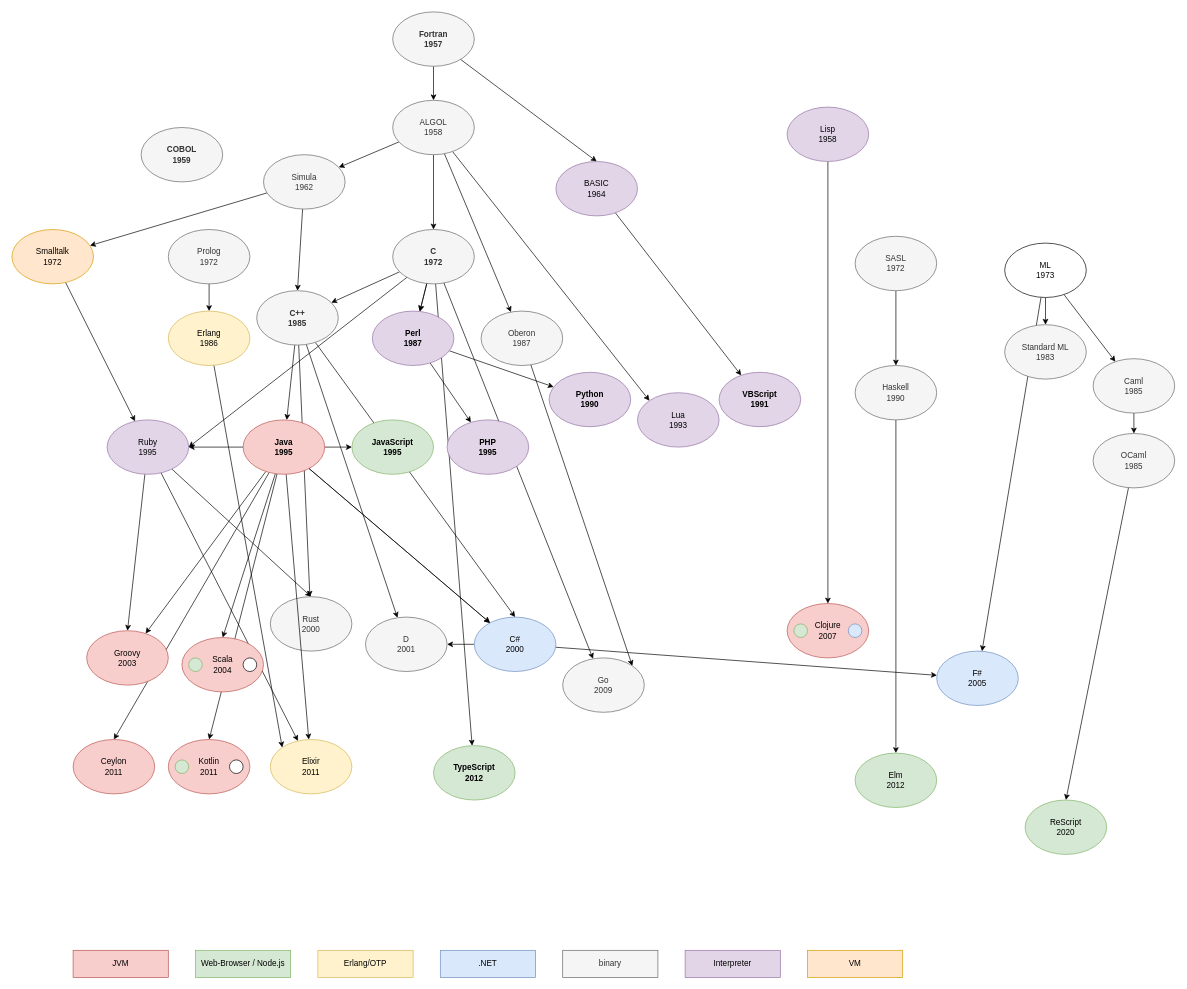
Earlier version of the draw.io diagram lang-tree.drawio (trutvo/dev-ecosystems). Source tidied: cells renumbered, new cells numbered last; positions are measured from the earlier drawing's top-left corner, leaving out a move shared by most shapes. Both pictures are drawn from the tidied source at 68%, with x=0, y=0 at pixel (12, 12).
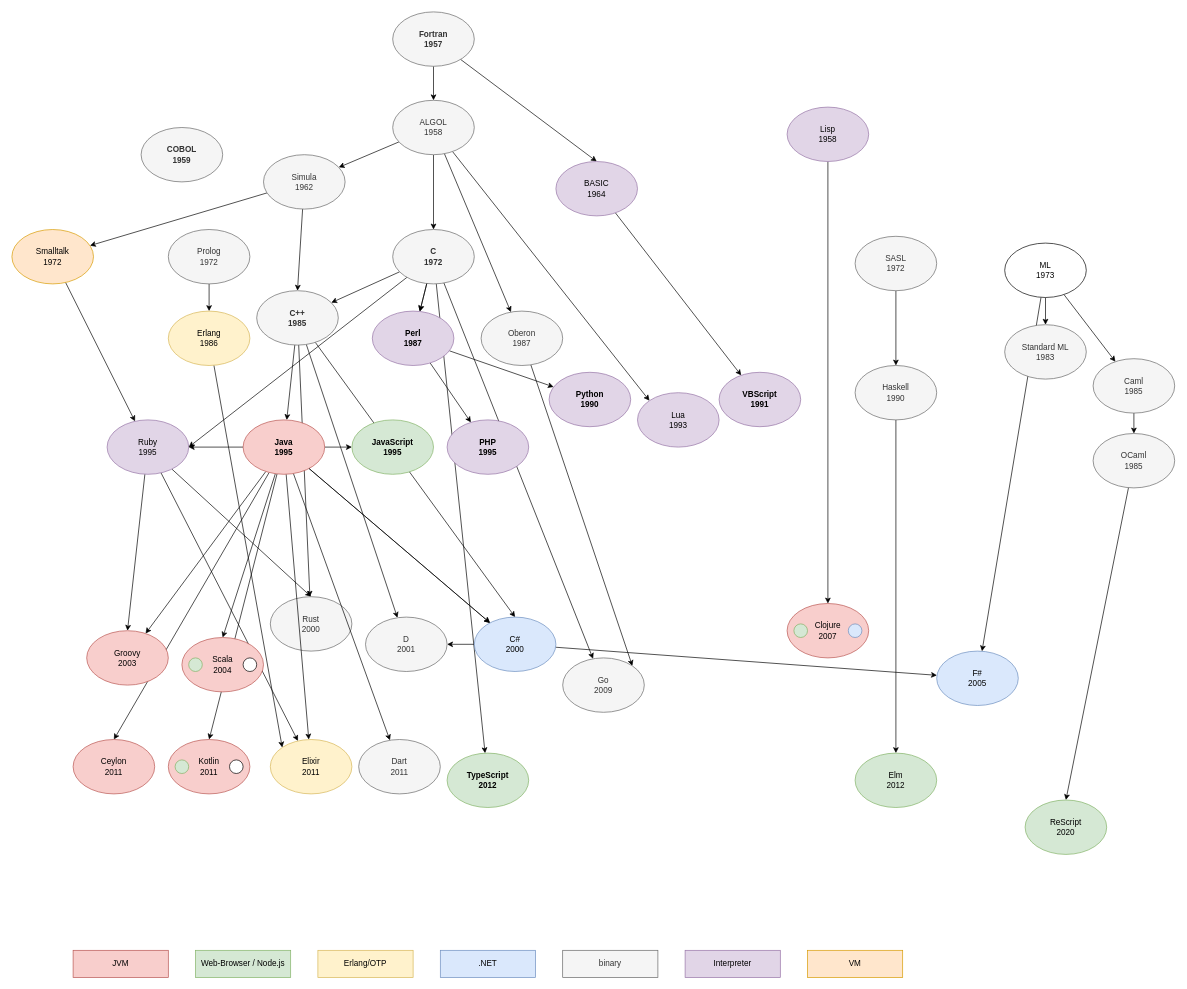
The same page after the edit.

Unchanged cells that the change refers to:
```xml
<mxCell id="55" value="Java&lt;br&gt;1995" style="ellipse;whiteSpace=wrap;html=1;fillColor=#f8cecc;strokeColor=#b85450;fontStyle=1;" parent="1" vertex="1">
  <mxGeometry x="340" y="600" width="120" height="80" as="geometry" />
</mxCell>
```

Change to the diagram source:
```diff
@@
+    <mxCell id="103" style="rounded=0;jettySize=auto;html=1;" parent="1" edge="1" source="55" target="104">
+      <mxGeometry relative="1" as="geometry" />
+    </mxCell>
@@
     <mxCell id="76" value="TypeScript&lt;br&gt;2012" style="ellipse;whiteSpace=wrap;html=1;fillColor=#d5e8d4;strokeColor=#82b366;fontStyle=1;" parent="1" vertex="1">
-      <mxGeometry x="620" y="1079" width="120" height="80" as="geometry" />
+      <mxGeometry x="640" y="1090" width="120" height="80" as="geometry" />
     </mxCell>
@@
+    <mxCell id="104" value="Dart&lt;div&gt;2011&lt;/div&gt;" style="ellipse;whiteSpace=wrap;html=1;fillColor=#f5f5f5;fontColor=#333333;strokeColor=#666666;" parent="1" vertex="1">
+      <mxGeometry x="510" y="1070" width="120" height="80" as="geometry" />
+    </mxCell>
```
